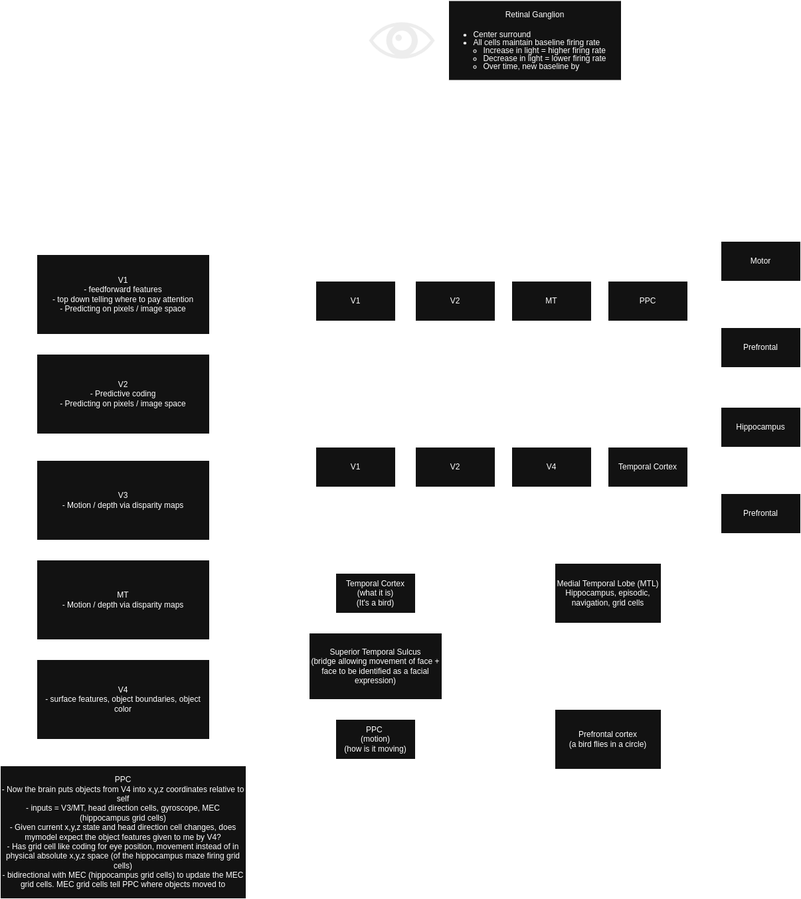
This is VisualCortex.drawio.png from djsamseng/BusinessPlan, a draw.io export, as it was before one commit. Source tidied: cells renumbered, new cells last; positions are measured from the earlier drawing's top-left corner, leaving out a move shared by most shapes.
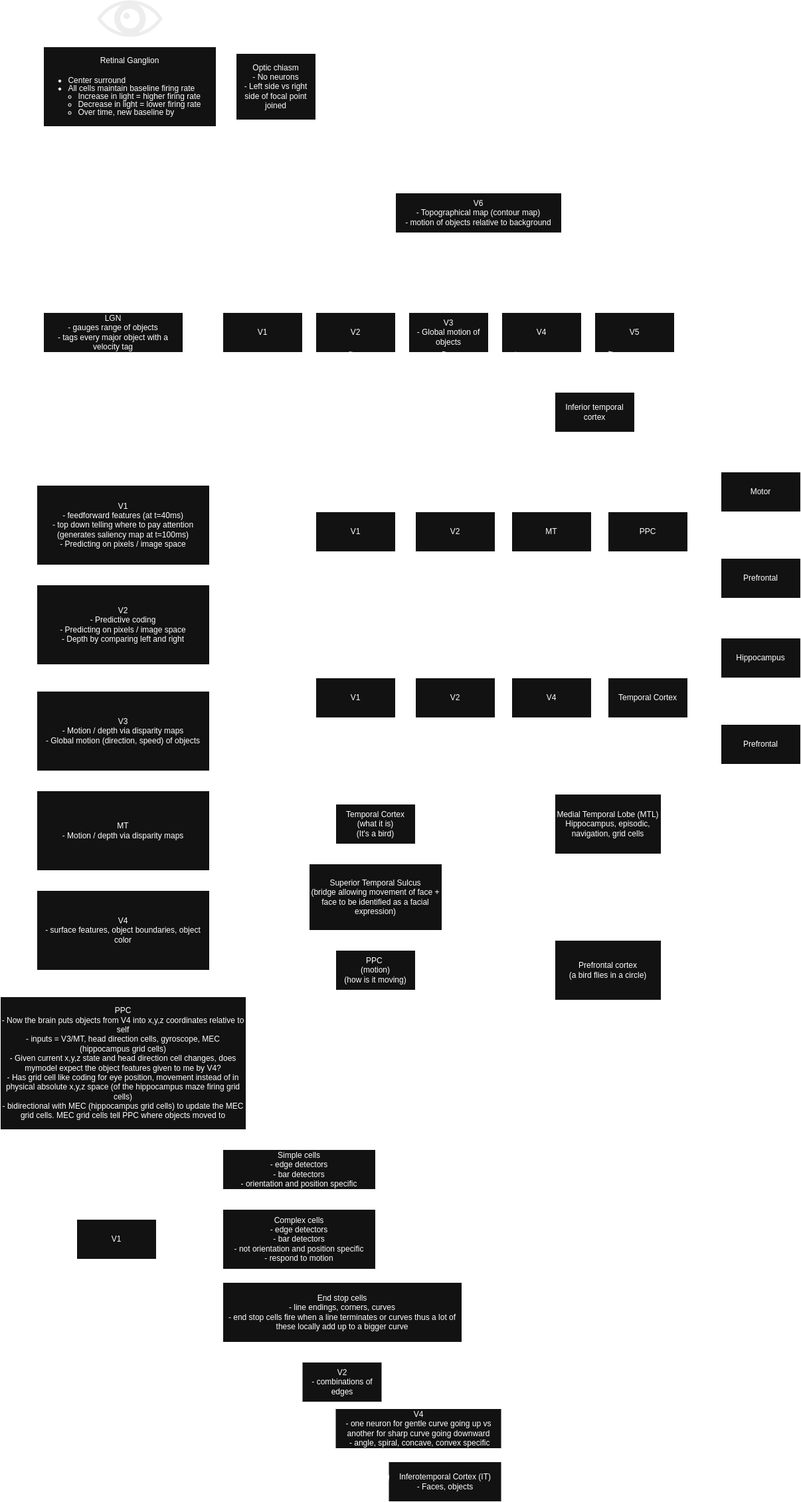
After the change.

Change to the diagram source:
```diff
@@ -3,10 +3,10 @@
     <mxCell id="0" />
     <mxCell id="1" parent="0" />
     <mxCell id="2" style="shape=mxgraph.signs.healthcare.eye;html=1;fillColor=#000000;strokeColor=none;verticalLabelPosition=bottom;verticalAlign=top;align=center;" parent="1" vertex="1">
-      <mxGeometry x="555" y="32" width="99" height="55" as="geometry" />
+      <mxGeometry x="145.5" y="-348" width="99" height="55" as="geometry" />
     </mxCell>
     <mxCell id="3" value="Retinal Ganglion&lt;div&gt;&lt;br&gt;&lt;/div&gt;&lt;div&gt;&lt;ul style=&quot;text-align: left; padding-left: 15px; margin-top: 2px; margin-bottom: 2px;&quot;&gt;&lt;li style=&quot;line-height: 12px;&quot;&gt;Center surround&lt;/li&gt;&lt;li style=&quot;line-height: 12px;&quot;&gt;All cells maintain baseline firing rate&lt;/li&gt;&lt;ul style=&quot;padding-left: 15px;&quot;&gt;&lt;li style=&quot;line-height: 12px;&quot;&gt;Increase in light = higher firing rate&lt;/li&gt;&lt;li style=&quot;line-height: 12px;&quot;&gt;Decrease in light = lower firing rate&lt;/li&gt;&lt;li style=&quot;line-height: 12px;&quot;&gt;Over time, new baseline by&amp;nbsp;&amp;nbsp;&lt;/li&gt;&lt;/ul&gt;&lt;/ul&gt;&lt;/div&gt;" style="rounded=0;whiteSpace=wrap;html=1;" parent="1" vertex="1">
-      <mxGeometry x="675" y="-0.5" width="260" height="120" as="geometry" />
+      <mxGeometry x="65" y="-278" width="260" height="120" as="geometry" />
     </mxCell>
     <mxCell id="4" value="V1" style="rounded=0;whiteSpace=wrap;html=1;" parent="1" vertex="1">
       <mxGeometry x="475" y="422" width="120" height="60" as="geometry" />
@@ -113,13 +113,13 @@
     <mxCell id="38" style="endArrow=classic;html=1;rounded=0;exitX=1;exitY=0.5;exitDx=0;exitDy=0;entryX=0;entryY=0.611;entryDx=0;entryDy=0;entryPerimeter=0;" parent="1" edge="1" source="30" target="33">
       <mxGeometry relative="1" as="geometry" />
     </mxCell>
-    <mxCell id="39" value="V1&lt;div&gt;- feedforward features&lt;/div&gt;&lt;div&gt;- top down telling where to pay attention&lt;/div&gt;&lt;div&gt;- Predicting on pixels / image space&lt;/div&gt;" style="rounded=0;whiteSpace=wrap;html=1;" parent="1" vertex="1">
+    <mxCell id="39" value="V1&lt;div&gt;- feedforward features (at t=40ms)&lt;/div&gt;&lt;div&gt;- top down telling where to pay attention (generates saliency map at t=100ms)&lt;/div&gt;&lt;div&gt;- Predicting on pixels / image space&lt;/div&gt;" style="rounded=0;whiteSpace=wrap;html=1;" parent="1" vertex="1">
       <mxGeometry x="55" y="382" width="260" height="120" as="geometry" />
     </mxCell>
-    <mxCell id="40" value="V2&lt;div&gt;- Predictive coding&lt;/div&gt;&lt;div&gt;- Predicting on pixels / image space&lt;/div&gt;" style="rounded=0;whiteSpace=wrap;html=1;" parent="1" vertex="1">
+    <mxCell id="40" value="V2&lt;div&gt;- Predictive coding&lt;/div&gt;&lt;div&gt;- Predicting on pixels / image space&lt;/div&gt;&lt;div&gt;- Depth by comparing left and right&lt;/div&gt;" style="rounded=0;whiteSpace=wrap;html=1;" parent="1" vertex="1">
       <mxGeometry x="55" y="532" width="260" height="120" as="geometry" />
     </mxCell>
-    <mxCell id="41" value="V3&lt;div&gt;- Motion / depth via disparity maps&lt;/div&gt;" style="rounded=0;whiteSpace=wrap;html=1;" parent="1" vertex="1">
+    <mxCell id="41" value="V3&lt;div&gt;- Motion / depth via disparity maps&lt;/div&gt;&lt;div&gt;- Global motion (direction, speed) of objects&lt;/div&gt;" style="rounded=0;whiteSpace=wrap;html=1;" parent="1" vertex="1">
       <mxGeometry x="55" y="692" width="260" height="120" as="geometry" />
     </mxCell>
     <mxCell id="42" value="MT&lt;br&gt;&lt;div&gt;- Motion / depth via disparity maps&lt;/div&gt;" style="rounded=0;whiteSpace=wrap;html=1;" parent="1" vertex="1">
@@ -131,5 +131,165 @@
     <mxCell id="44" value="PPC&lt;div&gt;- Now the brain puts objects from V4 into x,y,z coordinates relative to self&lt;/div&gt;&lt;div&gt;- inputs = V3/MT, head direction cells, gyroscope, MEC (hippocampus grid cells)&lt;/div&gt;&lt;div&gt;- Given current x,y,z state and head direction cell changes, does mymodel expect the object features given to me by V4?&lt;/div&gt;&lt;div&gt;- Has grid cell like coding for eye position, movement instead of in physical absolute x,y,z space (of the hippocampus maze firing grid cells)&lt;/div&gt;&lt;div&gt;- bidirectional with MEC (hippocampus grid cells) to update the MEC grid cells. MEC grid cells tell PPC where objects moved to&lt;/div&gt;" style="rounded=0;whiteSpace=wrap;html=1;" parent="1" vertex="1">
       <mxGeometry y="1152" width="370" height="200" as="geometry" />
     </mxCell>
+    <mxCell id="45" value="V1" style="rounded=0;whiteSpace=wrap;html=1;" parent="1" vertex="1">
+      <mxGeometry x="115" y="1487" width="120" height="60" as="geometry" />
+    </mxCell>
+    <mxCell id="46" value="Simple cells&lt;div&gt;- edge detectors&lt;/div&gt;&lt;div&gt;- bar detectors&lt;/div&gt;&lt;div&gt;- orientation and position specific&lt;/div&gt;" style="rounded=0;whiteSpace=wrap;html=1;" parent="1" vertex="1">
+      <mxGeometry x="335" y="1382" width="230" height="60" as="geometry" />
+    </mxCell>
+    <mxCell id="47" value="Complex cells&lt;div&gt;- edge detectors&lt;/div&gt;&lt;div&gt;- bar detectors&lt;/div&gt;&lt;div&gt;- not orientation and position specific&lt;/div&gt;&lt;div&gt;- respond to motion&lt;/div&gt;" style="rounded=0;whiteSpace=wrap;html=1;" parent="1" vertex="1">
+      <mxGeometry x="335" y="1472" width="230" height="90" as="geometry" />
+    </mxCell>
+    <mxCell id="48" value="End stop cells&lt;div&gt;- line endings, corners, curves&lt;/div&gt;&lt;div&gt;- end stop cells fire when a line terminates or curves thus a lot of these locally add up to a bigger curve&lt;/div&gt;" style="rounded=0;whiteSpace=wrap;html=1;" parent="1" vertex="1">
+      <mxGeometry x="335" y="1582" width="360" height="90" as="geometry" />
+    </mxCell>
+    <mxCell id="49" style="endArrow=classic;html=1;rounded=0;exitX=1;exitY=0.5;exitDx=0;exitDy=0;entryX=0;entryY=0.5;entryDx=0;entryDy=0;" parent="1" edge="1" source="45" target="46">
+      <mxGeometry relative="1" as="geometry" />
+    </mxCell>
+    <mxCell id="50" style="endArrow=classic;html=1;rounded=0;exitX=1;exitY=0.5;exitDx=0;exitDy=0;entryX=0;entryY=0.5;entryDx=0;entryDy=0;" parent="1" edge="1" source="45" target="47">
+      <mxGeometry relative="1" as="geometry" />
+    </mxCell>
+    <mxCell id="51" style="endArrow=classic;html=1;rounded=0;exitX=1;exitY=0.5;exitDx=0;exitDy=0;entryX=0;entryY=0.5;entryDx=0;entryDy=0;" parent="1" edge="1" source="45" target="48">
+      <mxGeometry relative="1" as="geometry" />
+    </mxCell>
+    <mxCell id="52" value="V4&lt;div&gt;- one neuron for gentle curve going up vs another for sharp curve going downward&lt;/div&gt;&lt;div&gt;&amp;nbsp;- angle, spiral, concave, convex specific&lt;/div&gt;" style="rounded=0;whiteSpace=wrap;html=1;" parent="1" vertex="1">
+      <mxGeometry x="504.5" y="1772" width="250" height="60" as="geometry" />
+    </mxCell>
+    <mxCell id="53" style="endArrow=classic;html=1;rounded=0;exitX=0.25;exitY=1;exitDx=0;exitDy=0;entryX=0;entryY=0.5;entryDx=0;entryDy=0;" parent="1" edge="1" source="48" target="54">
+      <mxGeometry relative="1" as="geometry" />
+    </mxCell>
+    <mxCell id="54" value="V2&lt;div&gt;- combinations of edges&lt;/div&gt;" style="rounded=0;whiteSpace=wrap;html=1;" parent="1" vertex="1">
+      <mxGeometry x="454.5" y="1702" width="120" height="60" as="geometry" />
+    </mxCell>
+    <mxCell id="55" style="endArrow=classic;html=1;rounded=0;exitX=0.25;exitY=1;exitDx=0;exitDy=0;entryX=0;entryY=0.5;entryDx=0;entryDy=0;" parent="1" edge="1" source="54" target="52">
+      <mxGeometry relative="1" as="geometry" />
+    </mxCell>
+    <mxCell id="56" value="Inferotemporal Cortex (IT)&lt;div&gt;- Faces, objects&lt;/div&gt;" style="rounded=0;whiteSpace=wrap;html=1;" parent="1" vertex="1">
+      <mxGeometry x="584.5" y="1852" width="170" height="60" as="geometry" />
+    </mxCell>
+    <mxCell id="57" style="endArrow=classic;html=1;rounded=0;exitX=0.25;exitY=1;exitDx=0;exitDy=0;entryX=0;entryY=0.5;entryDx=0;entryDy=0;" parent="1" edge="1" source="52" target="56">
+      <mxGeometry relative="1" as="geometry" />
+    </mxCell>
+    <mxCell id="58" value="LGN&lt;div&gt;- gauges range of objects&lt;/div&gt;&lt;div&gt;- tags every major object with a velocity tag&lt;/div&gt;" style="rounded=0;whiteSpace=wrap;html=1;" parent="1" vertex="1">
+      <mxGeometry x="65" y="122" width="210" height="60" as="geometry" />
+    </mxCell>
+    <mxCell id="59" value="V1" style="rounded=0;whiteSpace=wrap;html=1;" parent="1" vertex="1">
+      <mxGeometry x="335" y="122" width="120" height="60" as="geometry" />
+    </mxCell>
+    <mxCell id="60" style="endArrow=classic;html=1;rounded=0;exitX=1;exitY=0.5;exitDx=0;exitDy=0;entryX=0;entryY=0.5;entryDx=0;entryDy=0;" parent="1" edge="1" source="58" target="59">
+      <mxGeometry relative="1" as="geometry" />
+    </mxCell>
+    <mxCell id="61" value="V3&lt;div&gt;- Global motion of objects&lt;/div&gt;" style="rounded=0;whiteSpace=wrap;html=1;" parent="1" vertex="1">
+      <mxGeometry x="615" y="122" width="120" height="60" as="geometry" />
+    </mxCell>
+    <mxCell id="62" value="V2" style="rounded=0;whiteSpace=wrap;html=1;" parent="1" vertex="1">
+      <mxGeometry x="475" y="122" width="120" height="60" as="geometry" />
+    </mxCell>
+    <mxCell id="63" style="curved=1;endArrow=classic;html=1;rounded=0;exitX=1;exitY=0.75;exitDx=0;exitDy=0;entryX=0.5;entryY=1;entryDx=0;entryDy=0;" parent="1" edge="1" source="58" target="62">
+      <mxGeometry relative="1" as="geometry">
+        <Array as="points">
+          <mxPoint x="295" y="202" />
+          <mxPoint x="415" y="222" />
+        </Array>
+      </mxGeometry>
+    </mxCell>
+    <mxCell id="64" style="curved=1;endArrow=classic;html=1;rounded=0;exitX=1;exitY=1;exitDx=0;exitDy=0;entryX=0.5;entryY=1;entryDx=0;entryDy=0;" parent="1" edge="1" source="58" target="61">
+      <mxGeometry relative="1" as="geometry">
+        <Array as="points">
+          <mxPoint x="305" y="212" />
+          <mxPoint x="425" y="252" />
+        </Array>
+      </mxGeometry>
+    </mxCell>
+    <mxCell id="65" value="Optic chiasm&lt;div&gt;- No neurons&lt;/div&gt;&lt;div&gt;- Left side vs right side of focal point joined&lt;/div&gt;" style="rounded=0;whiteSpace=wrap;html=1;" parent="1" vertex="1">
+      <mxGeometry x="355" y="-268" width="120" height="100" as="geometry" />
+    </mxCell>
+    <mxCell id="66" style="endArrow=classic;html=1;rounded=0;exitX=1;exitY=0.5;exitDx=0;exitDy=0;entryX=0;entryY=0.5;entryDx=0;entryDy=0;" parent="1" edge="1" source="3" target="65">
+      <mxGeometry relative="1" as="geometry" />
+    </mxCell>
+    <mxCell id="67" style="endArrow=classic;html=1;rounded=0;exitX=0.5;exitY=1;exitDx=0;exitDy=0;entryX=0.5;entryY=0;entryDx=0;entryDy=0;" parent="1" edge="1" source="65" target="58">
+      <mxGeometry relative="1" as="geometry" />
+    </mxCell>
+    <mxCell id="68" style="curved=1;endArrow=classic;html=1;rounded=0;exitX=0.5;exitY=0;exitDx=0;exitDy=0;entryX=0.5;entryY=0;entryDx=0;entryDy=0;" parent="1" edge="1" source="62" target="59">
+      <mxGeometry relative="1" as="geometry">
+        <Array as="points">
+          <mxPoint x="515" y="102" />
+          <mxPoint x="445" y="92" />
+        </Array>
+      </mxGeometry>
+    </mxCell>
+    <mxCell id="69" style="curved=1;endArrow=classic;html=1;rounded=0;exitX=0.5;exitY=0;exitDx=0;exitDy=0;entryX=0.5;entryY=0;entryDx=0;entryDy=0;" parent="1" edge="1" source="61" target="62">
+      <mxGeometry relative="1" as="geometry">
+        <Array as="points">
+          <mxPoint x="655" y="102" />
+          <mxPoint x="585" y="92" />
+        </Array>
+      </mxGeometry>
+    </mxCell>
+    <mxCell id="70" value="V4" style="rounded=0;whiteSpace=wrap;html=1;" parent="1" vertex="1">
+      <mxGeometry x="755" y="122" width="120" height="60" as="geometry" />
+    </mxCell>
+    <mxCell id="71" value="V5" style="rounded=0;whiteSpace=wrap;html=1;" parent="1" vertex="1">
+      <mxGeometry x="895" y="122" width="120" height="60" as="geometry" />
+    </mxCell>
+    <mxCell id="72" style="curved=1;endArrow=classic;html=1;rounded=0;entryX=0;entryY=0.5;entryDx=0;entryDy=0;" parent="1" edge="1" target="73">
+      <mxGeometry relative="1" as="geometry">
+        <mxPoint x="675" y="182" as="sourcePoint" />
+        <Array as="points">
+          <mxPoint x="715" y="247" />
+        </Array>
+      </mxGeometry>
+    </mxCell>
+    <mxCell id="73" value="Inferior temporal cortex" style="rounded=0;whiteSpace=wrap;html=1;" parent="1" vertex="1">
+      <mxGeometry x="835" y="242" width="120" height="60" as="geometry" />
+    </mxCell>
+    <mxCell id="74" style="curved=1;endArrow=classic;html=1;rounded=0;exitX=0.5;exitY=1;exitDx=0;exitDy=0;entryX=0.5;entryY=1;entryDx=0;entryDy=0;" parent="1" edge="1" source="59" target="70">
+      <mxGeometry relative="1" as="geometry">
+        <Array as="points">
+          <mxPoint x="455" y="267" />
+          <mxPoint x="575" y="287" />
+        </Array>
+      </mxGeometry>
+    </mxCell>
+    <mxCell id="75" style="curved=1;endArrow=classic;html=1;rounded=0;exitX=0.5;exitY=1;exitDx=0;exitDy=0;entryX=0.25;entryY=1;entryDx=0;entryDy=0;" parent="1" edge="1" source="62" target="70">
+      <mxGeometry relative="1" as="geometry">
+        <Array as="points">
+          <mxPoint x="565" y="222" />
+          <mxPoint x="625" y="232" />
+          <mxPoint x="685" y="222" />
+        </Array>
+      </mxGeometry>
+    </mxCell>
+    <mxCell id="76" style="curved=1;endArrow=classic;html=1;rounded=0;exitX=1;exitY=1;exitDx=0;exitDy=0;entryX=0.75;entryY=1;entryDx=0;entryDy=0;" parent="1" edge="1" source="58" target="70">
+      <mxGeometry relative="1" as="geometry">
+        <Array as="points">
+          <mxPoint x="305" y="232" />
+          <mxPoint x="355" y="272" />
+          <mxPoint x="415" y="292" />
+          <mxPoint x="495" y="312" />
+          <mxPoint x="515" y="312" />
+          <mxPoint x="535" y="312" />
+          <mxPoint x="675" y="292" />
+        </Array>
+      </mxGeometry>
+    </mxCell>
+    <mxCell id="77" value="V6&lt;div&gt;- Topographical map (contour map)&lt;/div&gt;&lt;div&gt;- motion of objects relative to background&lt;/div&gt;" style="rounded=0;whiteSpace=wrap;html=1;" parent="1" vertex="1">
+      <mxGeometry x="595" y="-58" width="250" height="60" as="geometry" />
+    </mxCell>
+    <mxCell id="78" style="endArrow=classic;html=1;rounded=0;exitX=0.5;exitY=0;exitDx=0;exitDy=0;entryX=0.75;entryY=1;entryDx=0;entryDy=0;" parent="1" edge="1" source="71" target="77">
+      <mxGeometry relative="1" as="geometry" />
+    </mxCell>
+    <mxCell id="79" style="endArrow=classic;html=1;rounded=0;exitX=0.25;exitY=0;exitDx=0;exitDy=0;entryX=0;entryY=0.5;entryDx=0;entryDy=0;" parent="1" edge="1" source="59" target="77">
+      <mxGeometry relative="1" as="geometry" />
+    </mxCell>
+    <mxCell id="80" style="curved=1;endArrow=classic;html=1;rounded=0;exitX=0.5;exitY=1;exitDx=0;exitDy=0;entryX=0.25;entryY=1;entryDx=0;entryDy=0;" parent="1" edge="1" source="62" target="71">
+      <mxGeometry relative="1" as="geometry">
+        <Array as="points">
+          <mxPoint x="575" y="232" />
+          <mxPoint x="635" y="242" />
+          <mxPoint x="695" y="242" />
+        </Array>
+      </mxGeometry>
+    </mxCell>
   </root>
 </mxGraphModel>
```
